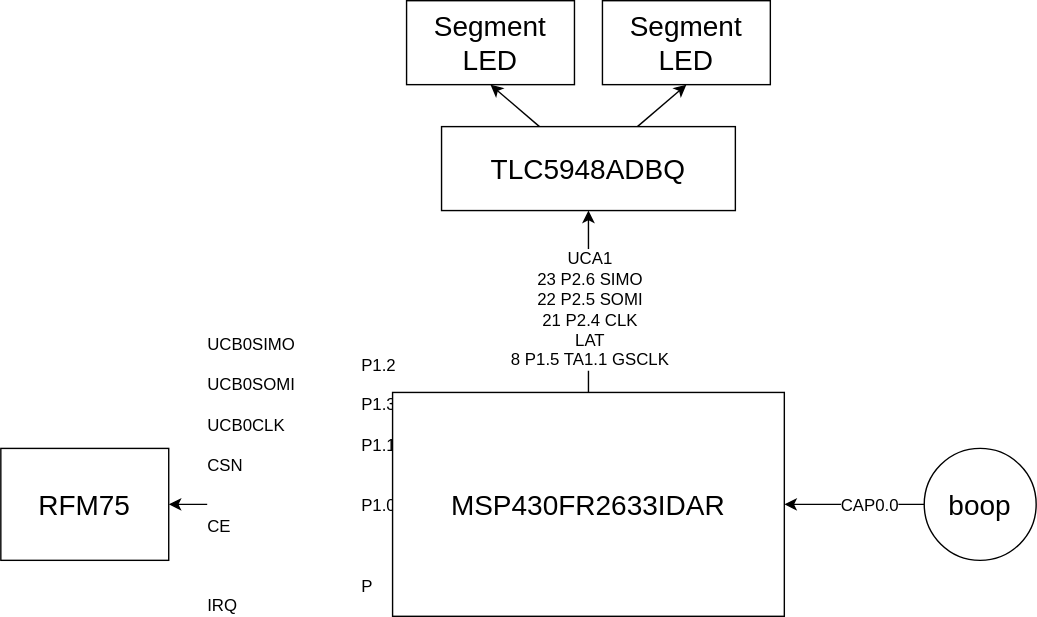
Before: doc/badge/block_diagram.drawio.svg, a diagram exported from draw.io (duplico/booper.badge.lgbt). Source tidied: cells renumbered, new cells last; positions are measured from the earlier drawing's top-left corner, leaving out a move shared by most shapes.
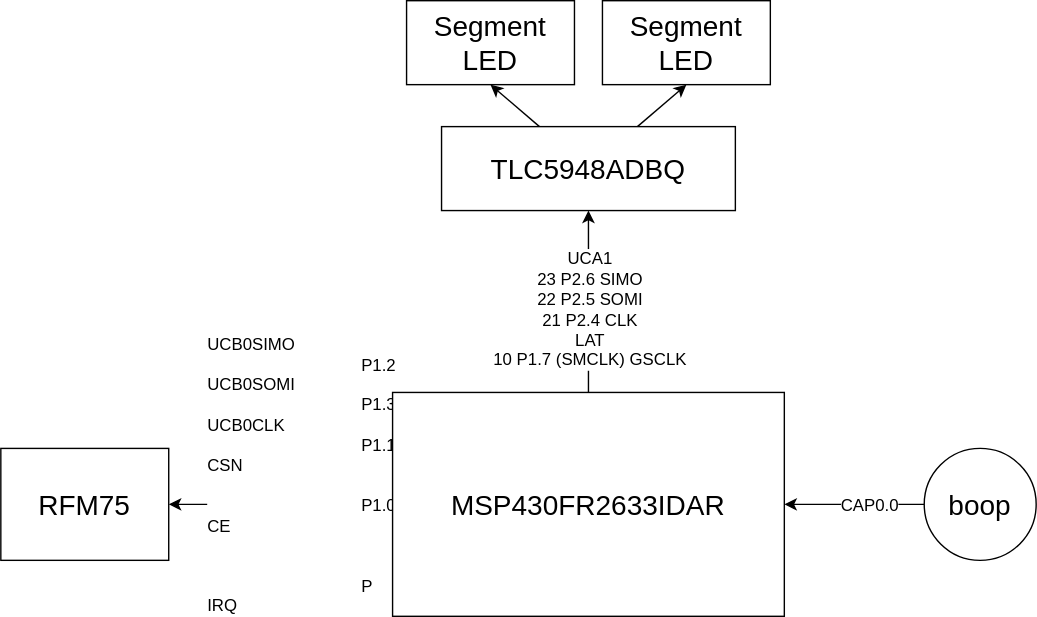
After the commit.

Commit message:
Update block diagram for using SMCLK output for GSCLK.

Change to the diagram source:
```diff
@@ -13,7 +13,7 @@
     <mxCell id="4" style="edgeStyle=none;sketch=0;hachureGap=4;jiggle=2;curveFitting=1;html=1;entryX=0.5;entryY=1;entryDx=0;entryDy=0;fontFamily=Helvetica;fontSize=16;startArrow=none;startFill=0;" parent="1" edge="1" source="6" target="12">
       <mxGeometry relative="1" as="geometry" />
     </mxCell>
-    <mxCell id="5" value="&lt;div style=&quot;font-size: 12px;&quot;&gt;UCA1&lt;/div&gt;&lt;div style=&quot;font-size: 12px;&quot;&gt;23 P2.6 SIMO&lt;/div&gt;&lt;div style=&quot;font-size: 12px;&quot;&gt;22 P2.5 SOMI&lt;/div&gt;&lt;div style=&quot;font-size: 12px;&quot;&gt;21 P2.4 CLK&lt;/div&gt;&lt;div style=&quot;font-size: 12px;&quot;&gt;LAT&lt;/div&gt;&lt;div style=&quot;font-size: 12px;&quot;&gt;8 P1.5 TA1.1 GSCLK&lt;/div&gt;" style="edgeLabel;html=1;align=center;verticalAlign=middle;fontSize=12;fontFamily=Helvetica;" parent="4" vertex="1">
+    <mxCell id="5" value="&lt;div style=&quot;font-size: 12px;&quot;&gt;UCA1&lt;/div&gt;&lt;div style=&quot;font-size: 12px;&quot;&gt;23 P2.6 SIMO&lt;/div&gt;&lt;div style=&quot;font-size: 12px;&quot;&gt;22 P2.5 SOMI&lt;/div&gt;&lt;div style=&quot;font-size: 12px;&quot;&gt;21 P2.4 CLK&lt;/div&gt;&lt;div style=&quot;font-size: 12px;&quot;&gt;LAT&lt;/div&gt;&lt;div style=&quot;font-size: 12px;&quot;&gt;10 P1.7 (SMCLK) GSCLK&lt;/div&gt;" style="edgeLabel;html=1;align=center;verticalAlign=middle;fontSize=12;fontFamily=Helvetica;" parent="4" vertex="1">
       <mxGeometry x="0.51" y="-1" relative="1" as="geometry">
         <mxPoint x="-1" y="38" as="offset" />
       </mxGeometry>
```
